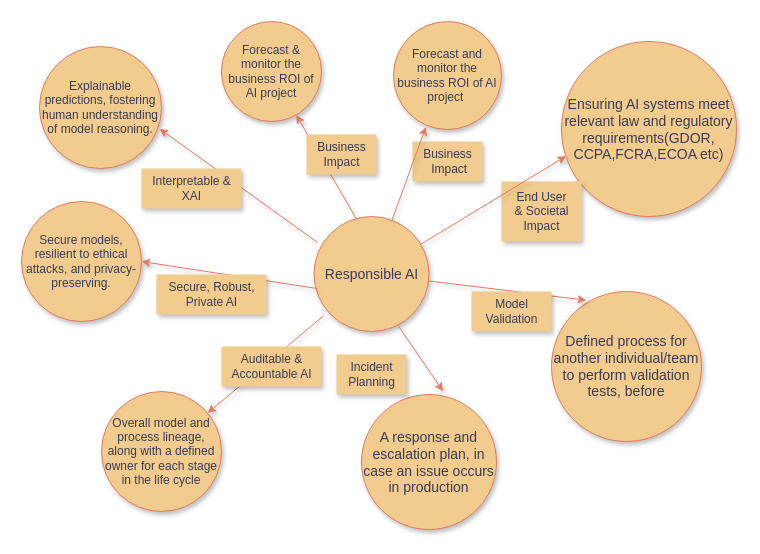
Above: responsibleai.drawio in axif0/370_project (draw.io), before the change. Source tidied: cells renumbered, new cells numbered last; positions are measured from the earlier drawing's top-left corner, leaving out a move shared by most shapes. Both pictures are drawn from the tidied source at 100%, with x=0, y=0 at pixel (21, 21).
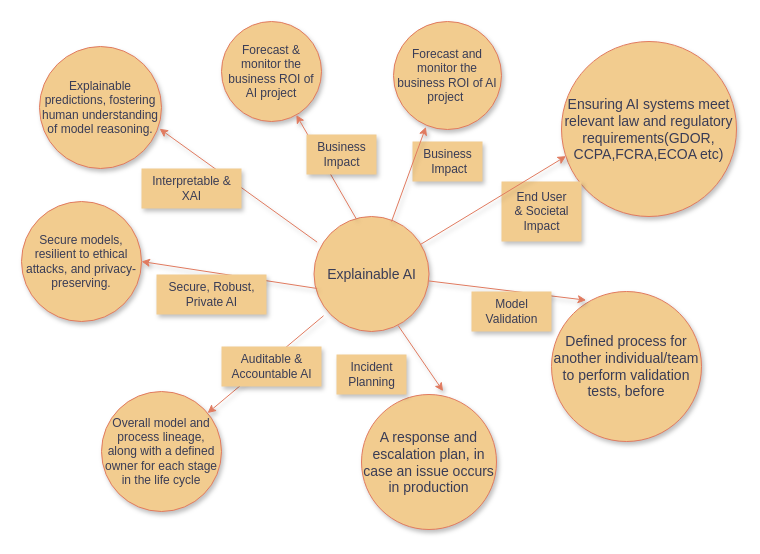
The same page after the edit.

The edit, as a diff of the source:
```diff
@@
-    <mxCell id="2" value="&lt;font style=&quot;font-size: 14px;&quot;&gt;Responsible AI&lt;/font&gt;" style="ellipse;whiteSpace=wrap;html=1;shadow=1;fillColor=#F2CC8F;labelBackgroundColor=none;strokeColor=#E07A5F;fontColor=#393C56;" parent="1" vertex="1">
+    <mxCell id="2" value="&lt;span style=&quot;font-size: 14px;&quot;&gt;Explainable AI&lt;/span&gt;" style="ellipse;whiteSpace=wrap;html=1;shadow=1;fillColor=#F2CC8F;labelBackgroundColor=none;strokeColor=#E07A5F;fontColor=#393C56;" parent="1" vertex="1">
       <mxGeometry x="292.5" y="195" width="115" height="115" as="geometry" />
     </mxCell>
```
